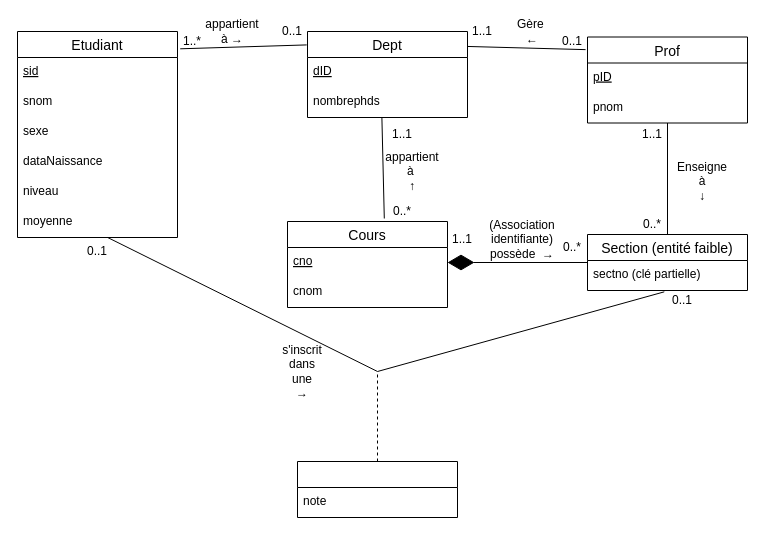
This is tp3/uml_diagram_tp3.drawio from bkilias/tps_INF3710, a draw.io file, before an edit. Source tidied: cells renumbered, new cells numbered last; positions are measured from the earlier drawing's top-left corner, leaving out a move shared by most shapes. Both pictures are drawn from the tidied source at 100%, with x=0, y=0 at pixel (17, 21).
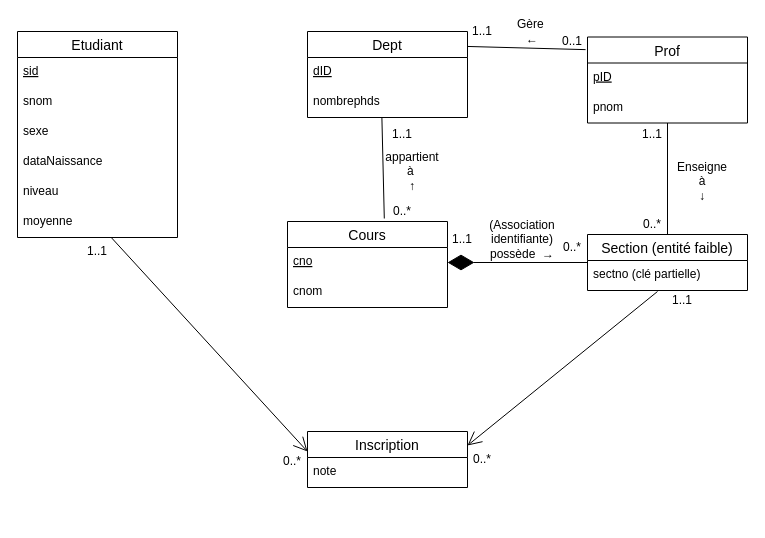
After the change.

The change refers to these unchanged cells:
```xml
<mxCell id="2" value="Etudiant" style="swimlane;fontStyle=0;horizontal=1;startSize=26;align=center;fontSize=14;" parent="1" vertex="1">
  <mxGeometry y="10" width="160" height="206" as="geometry" />
</mxCell>
<mxCell id="8" value="moyenne" style="text;strokeColor=none;fillColor=none;spacingLeft=4;spacingRight=4;overflow=hidden;points=[[0,0.5],[1,0.5]];portConstraint=eastwest;fontSize=12;" parent="2" vertex="1">
  <mxGeometry y="176" width="160" height="30" as="geometry" />
</mxCell>
<mxCell id="9" value="Dept" style="swimlane;fontStyle=0;horizontal=1;startSize=26;align=center;fontSize=14;" parent="1" vertex="1">
  <mxGeometry x="290" y="10" width="160" height="86" as="geometry" />
</mxCell>
<mxCell id="16" value="sectno (clé partielle)" style="text;strokeColor=none;fillColor=none;spacingLeft=4;spacingRight=4;overflow=hidden;points=[[0,0.5],[1,0.5]];portConstraint=eastwest;fontSize=12;" parent="15" vertex="1">
  <mxGeometry y="26" width="160" height="30" as="geometry" />
</mxCell>
```

Change to the diagram source:
```diff
@@
-    <mxCell id="20" style="endArrow=none;html=1;rounded=0;entryX=-0.005;entryY=0.156;entryDx=0;entryDy=0;entryPerimeter=0;exitX=1.017;exitY=0.084;exitDx=0;exitDy=0;exitPerimeter=0;" parent="1" edge="1" source="2" target="9">
-      <mxGeometry relative="1" as="geometry" />
-    </mxCell>
-    <mxCell id="21" value="1..*" style="text;strokeColor=none;align=center;fillColor=none;html=1;verticalAlign=middle;whiteSpace=wrap;rounded=0;" parent="1" vertex="1">
-      <mxGeometry x="160" y="10" width="30" height="20" as="geometry" />
-    </mxCell>
-    <mxCell id="22" value="0..1" style="text;strokeColor=none;align=center;fillColor=none;html=1;verticalAlign=middle;whiteSpace=wrap;rounded=0;" parent="1" vertex="1">
-      <mxGeometry x="260" width="30" height="20" as="geometry" />
-    </mxCell>
@@
-    <mxCell id="35" value="appartient à&amp;nbsp;→" style="text;strokeColor=none;align=center;fillColor=none;html=1;verticalAlign=middle;whiteSpace=wrap;rounded=0;" parent="1" vertex="1">
-      <mxGeometry x="200" width="30" height="20" as="geometry" />
-    </mxCell>
@@
-    <mxCell id="40" style="endArrow=none;html=1;rounded=0;entryX=0.48;entryY=1.044;entryDx=0;entryDy=0;entryPerimeter=0;exitX=0.565;exitY=1.004;exitDx=0;exitDy=0;exitPerimeter=0;" parent="1" edge="1" source="8" target="16">
-      <mxGeometry relative="1" as="geometry">
-        <Array as="points">
-          <mxPoint x="360" y="350" />
-        </Array>
-      </mxGeometry>
-    </mxCell>
-    <mxCell id="41" style="swimlane;fontStyle=0;horizontal=1;startSize=26;align=center;fontSize=14;" parent="1" vertex="1">
-      <mxGeometry x="280" y="440" width="160" height="56" as="geometry" />
+    <mxCell id="41" value="Inscription" style="swimlane;fontStyle=0;horizontal=1;startSize=26;align=center;fontSize=14;" parent="1" vertex="1">
+      <mxGeometry x="290" y="410" width="160" height="56" as="geometry" />
     </mxCell>
@@
-    <mxCell id="43" style="endArrow=none;html=1;rounded=0;exitX=0.5;exitY=0;exitDx=0;exitDy=0;dashed=1;" parent="1" edge="1" source="41">
-      <mxGeometry relative="1" as="geometry">
-        <mxPoint x="360" y="350" as="targetPoint" />
-      </mxGeometry>
-    </mxCell>
-    <mxCell id="44" value="s'inscrit&lt;br&gt;dans une&lt;br&gt;→" style="text;strokeColor=none;align=center;fillColor=none;html=1;verticalAlign=middle;whiteSpace=wrap;rounded=0;" parent="1" vertex="1">
-      <mxGeometry x="270" y="340" width="30" height="20" as="geometry" />
-    </mxCell>
-    <mxCell id="45" value="0..1" style="text;strokeColor=none;align=center;fillColor=none;html=1;verticalAlign=middle;whiteSpace=wrap;rounded=0;" parent="1" vertex="1">
+    <mxCell id="45" value="1..1" style="text;strokeColor=none;align=center;fillColor=none;html=1;verticalAlign=middle;whiteSpace=wrap;rounded=0;" parent="1" vertex="1">
       <mxGeometry x="650" y="269" width="30" height="20" as="geometry" />
     </mxCell>
-    <mxCell id="46" value="0..1" style="text;strokeColor=none;align=center;fillColor=none;html=1;verticalAlign=middle;whiteSpace=wrap;rounded=0;" parent="1" vertex="1">
+    <mxCell id="46" value="1..1" style="text;strokeColor=none;align=center;fillColor=none;html=1;verticalAlign=middle;whiteSpace=wrap;rounded=0;" parent="1" vertex="1">
       <mxGeometry x="65" y="220" width="30" height="20" as="geometry" />
     </mxCell>
+    <mxCell id="47" value="0..*" style="text;strokeColor=none;align=center;fillColor=none;html=1;verticalAlign=middle;whiteSpace=wrap;rounded=0;" parent="1" vertex="1">
+      <mxGeometry x="450" y="428" width="30" height="20" as="geometry" />
+    </mxCell>
+    <mxCell id="48" value="0..*" style="text;strokeColor=none;align=center;fillColor=none;html=1;verticalAlign=middle;whiteSpace=wrap;rounded=0;" parent="1" vertex="1">
+      <mxGeometry x="260" y="430" width="30" height="20" as="geometry" />
+    </mxCell>
+    <mxCell id="49" style="endArrow=open;endFill=1;endSize=12;html=1;rounded=0;strokeColor=default;entryX=1;entryY=0;entryDx=0;entryDy=0;" parent="1" edge="1" source="8" target="48">
+      <mxGeometry relative="1" as="geometry" />
+    </mxCell>
+    <mxCell id="50" style="endArrow=open;endFill=1;endSize=12;html=1;rounded=0;strokeColor=default;entryX=1;entryY=0.25;entryDx=0;entryDy=0;" parent="1" edge="1" target="41">
+      <mxGeometry relative="1" as="geometry">
+        <mxPoint x="640" y="270" as="sourcePoint" />
+      </mxGeometry>
+    </mxCell>
```
